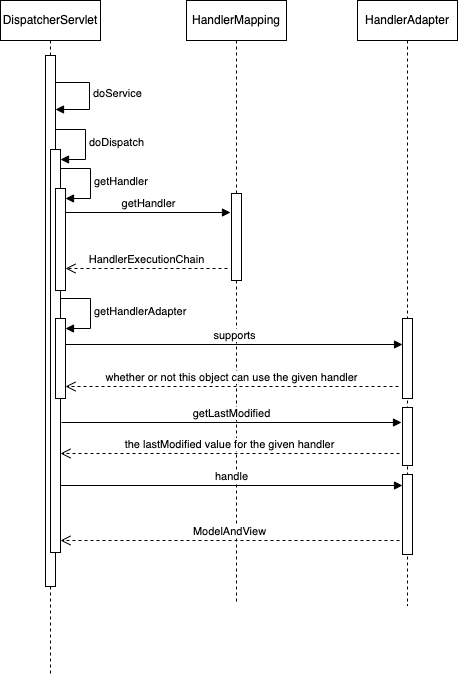
Earlier version of the draw.io export static/img/SpringMVC调用时序图.png (LL1105/myblog). Source tidied: cells renumbered, new cells last; positions are measured from the earlier drawing's top-left corner, leaving out a move shared by most shapes.
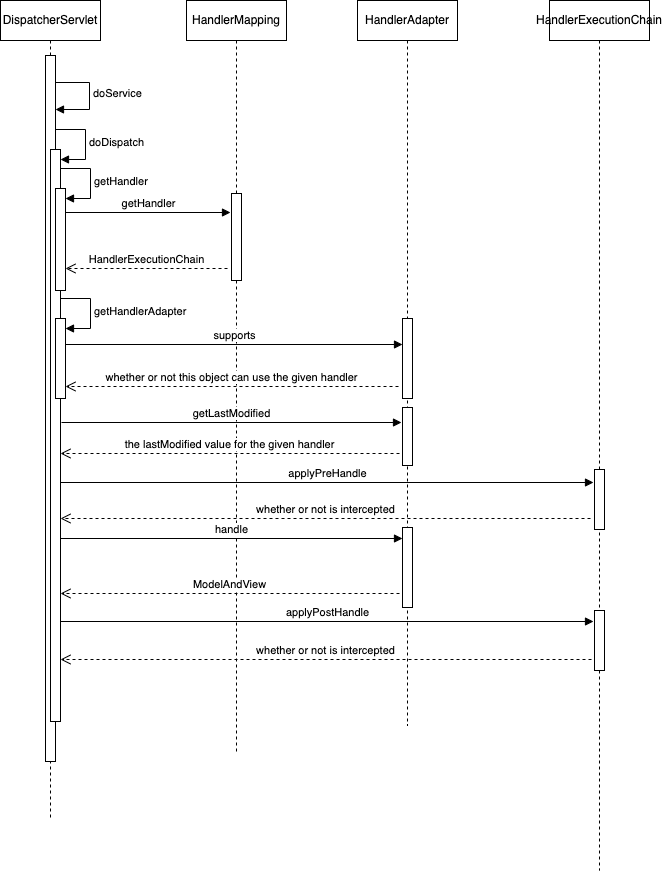
The same diagram one commit later.

Commit message:
更新SpringMVC调用时序图.png

What changed in the source:
```diff
@@ -3,10 +3,10 @@
     <mxCell id="0" />
     <mxCell id="1" parent="0" />
     <mxCell id="2" value="DispatcherServlet" style="shape=umlLifeline;perimeter=lifelinePerimeter;whiteSpace=wrap;html=1;newEdgeStyle={&quot;curved&quot;:0,&quot;rounded&quot;:0};" parent="1" vertex="1">
-      <mxGeometry width="100" height="673" as="geometry" />
+      <mxGeometry width="100" height="818" as="geometry" />
     </mxCell>
     <mxCell id="3" style="html=1;points=[[0,0,0,0,5],[0,1,0,0,-5],[1,0,0,0,5],[1,1,0,0,-5]];perimeter=orthogonalPerimeter;outlineConnect=0;targetShapes=umlLifeline;portConstraint=eastwest;newEdgeStyle={&quot;curved&quot;:0,&quot;rounded&quot;:0};" parent="2" vertex="1">
-      <mxGeometry x="45" y="55" width="10" height="531" as="geometry" />
+      <mxGeometry x="45" y="55" width="10" height="706" as="geometry" />
     </mxCell>
     <mxCell id="4" value="doService" style="html=1;align=left;spacingLeft=2;endArrow=block;rounded=0;edgeStyle=orthogonalEdgeStyle;curved=0;rounded=0;" parent="2" edge="1" target="3">
       <mxGeometry relative="1" as="geometry">
@@ -19,7 +19,7 @@
       </mxGeometry>
     </mxCell>
     <mxCell id="5" style="html=1;points=[[0,0,0,0,5],[0,1,0,0,-5],[1,0,0,0,5],[1,1,0,0,-5]];perimeter=orthogonalPerimeter;outlineConnect=0;targetShapes=umlLifeline;portConstraint=eastwest;newEdgeStyle={&quot;curved&quot;:0,&quot;rounded&quot;:0};" parent="2" vertex="1">
-      <mxGeometry x="50" y="149" width="10" height="403" as="geometry" />
+      <mxGeometry x="50" y="149" width="10" height="572" as="geometry" />
     </mxCell>
     <mxCell id="6" value="doDispatch" style="html=1;align=left;spacingLeft=2;endArrow=block;rounded=0;edgeStyle=orthogonalEdgeStyle;curved=0;rounded=0;" parent="2" edge="1" target="5">
       <mxGeometry relative="1" as="geometry">
@@ -52,7 +52,7 @@
       </mxGeometry>
     </mxCell>
     <mxCell id="11" value="HandlerMapping" style="shape=umlLifeline;perimeter=lifelinePerimeter;whiteSpace=wrap;html=1;newEdgeStyle={&quot;curved&quot;:0,&quot;rounded&quot;:0};" parent="1" vertex="1">
-      <mxGeometry x="186" width="100" height="601" as="geometry" />
+      <mxGeometry x="186" width="100" height="752" as="geometry" />
     </mxCell>
     <mxCell id="12" style="html=1;perimeter=orthogonalPerimeter;targetShapes=umlLifeline;newEdgeStyle={&quot;curved&quot;:0,&quot;rounded&quot;:0};" parent="11" vertex="1">
       <mxGeometry x="45" y="193" width="10" height="87" as="geometry" />
@@ -68,7 +68,7 @@
       </mxGeometry>
     </mxCell>
     <mxCell id="15" value="HandlerAdapter" style="shape=umlLifeline;perimeter=lifelinePerimeter;whiteSpace=wrap;html=1;newEdgeStyle={&quot;curved&quot;:0,&quot;rounded&quot;:0};" parent="1" vertex="1">
-      <mxGeometry x="357" width="100" height="605" as="geometry" />
+      <mxGeometry x="357" width="100" height="725" as="geometry" />
     </mxCell>
     <mxCell id="16" style="html=1;points=[[0,0,0,0,5],[0,1,0,0,-5],[1,0,0,0,5],[1,1,0,0,-5]];perimeter=orthogonalPerimeter;outlineConnect=0;targetShapes=umlLifeline;portConstraint=eastwest;newEdgeStyle={&quot;curved&quot;:0,&quot;rounded&quot;:0};" parent="15" vertex="1">
       <mxGeometry x="45" y="318" width="10" height="80" as="geometry" />
@@ -77,8 +77,20 @@
       <mxGeometry x="45" y="407" width="10" height="58" as="geometry" />
     </mxCell>
     <mxCell id="18" style="html=1;perimeter=orthogonalPerimeter;targetShapes=umlLifeline;newEdgeStyle={&quot;curved&quot;:0,&quot;rounded&quot;:0};" parent="15" vertex="1">
-      <mxGeometry x="45" y="474" width="10" height="80" as="geometry" />
+      <mxGeometry x="45" y="527" width="10" height="80" as="geometry" />
     </mxCell>
+    <mxCell id="24" value="ModelAndView" style="html=1;verticalAlign=bottom;endArrow=open;dashed=1;endSize=8;curved=0;rounded=0;" parent="15" edge="1">
+      <mxGeometry relative="1" as="geometry">
+        <mxPoint x="42" y="593" as="sourcePoint" />
+        <mxPoint x="-297" y="593" as="targetPoint" />
+      </mxGeometry>
+    </mxCell>
+    <mxCell id="23" value="handle" style="html=1;verticalAlign=bottom;endArrow=block;curved=0;rounded=0;" parent="15" edge="1">
+      <mxGeometry relative="1" as="geometry">
+        <mxPoint x="-297" y="538" as="sourcePoint" />
+        <mxPoint x="45" y="538" as="targetPoint" />
+      </mxGeometry>
+    </mxCell>
     <mxCell id="19" value="supports" style="html=1;verticalAlign=bottom;endArrow=block;curved=0;rounded=0;" parent="1" edge="1" target="16">
       <mxGeometry relative="1" as="geometry">
         <mxPoint x="65" y="344" as="sourcePoint" />
@@ -101,15 +113,35 @@
         <mxPoint x="401" y="422" as="targetPoint" />
       </mxGeometry>
     </mxCell>
-    <mxCell id="23" value="handle" style="html=1;verticalAlign=bottom;endArrow=block;curved=0;rounded=0;" parent="1" edge="1" source="5">
-      <mxGeometry relative="1" as="geometry">
-        <mxPoint x="402" y="485" as="targetPoint" />
-      </mxGeometry>
-    </mxCell>
-    <mxCell id="24" value="ModelAndView" style="html=1;verticalAlign=bottom;endArrow=open;dashed=1;endSize=8;curved=0;rounded=0;" parent="1" edge="1" target="5">
-      <mxGeometry relative="1" as="geometry">
-        <mxPoint x="399" y="540" as="sourcePoint" />
-      </mxGeometry>
-    </mxCell>
+    <mxCell id="25" value="HandlerExecutionChain" style="shape=umlLifeline;perimeter=lifelinePerimeter;whiteSpace=wrap;html=1;newEdgeStyle={&quot;curved&quot;:0,&quot;rounded&quot;:0};" parent="1" vertex="1">
+      <mxGeometry x="549" width="100" height="870" as="geometry" />
+    </mxCell>
+    <mxCell id="26" style="html=1;perimeter=orthogonalPerimeter;targetShapes=umlLifeline;newEdgeStyle={&quot;curved&quot;:0,&quot;rounded&quot;:0};" parent="25" vertex="1">
+      <mxGeometry x="45" y="469" width="10" height="60" as="geometry" />
+    </mxCell>
+    <mxCell id="27" style="html=1;perimeter=orthogonalPerimeter;targetShapes=umlLifeline;newEdgeStyle={&quot;curved&quot;:0,&quot;rounded&quot;:0};" parent="25" vertex="1">
+      <mxGeometry x="45" y="610" width="10" height="60" as="geometry" />
+    </mxCell>
+    <mxCell id="28" value="applyPreHandle" style="html=1;verticalAlign=bottom;endArrow=block;curved=0;rounded=0;" parent="1" edge="1">
+      <mxGeometry relative="1" as="geometry">
+        <mxPoint x="60" y="482" as="sourcePoint" />
+        <mxPoint x="593" y="482" as="targetPoint" />
+      </mxGeometry>
+    </mxCell>
+    <mxCell id="29" value="whether or not is intercepted" style="html=1;verticalAlign=bottom;endArrow=open;dashed=1;endSize=8;curved=0;rounded=0;" parent="1" edge="1" target="5">
+      <mxGeometry relative="1" as="geometry">
+        <mxPoint x="590" y="518" as="sourcePoint" />
+      </mxGeometry>
+    </mxCell>
+    <mxCell id="30" value="applyPostHandle" style="html=1;verticalAlign=bottom;endArrow=block;curved=0;rounded=0;" parent="1" edge="1" source="5">
+      <mxGeometry relative="1" as="geometry">
+        <mxPoint x="593" y="621" as="targetPoint" />
+      </mxGeometry>
+    </mxCell>
+    <mxCell id="31" value="whether or not is intercepted" style="html=1;verticalAlign=bottom;endArrow=open;dashed=1;endSize=8;curved=0;rounded=0;" parent="1" edge="1" target="5">
+      <mxGeometry relative="1" as="geometry">
+        <mxPoint x="591" y="659" as="sourcePoint" />
+      </mxGeometry>
+    </mxCell>
   </root>
 </mxGraphModel>
```
